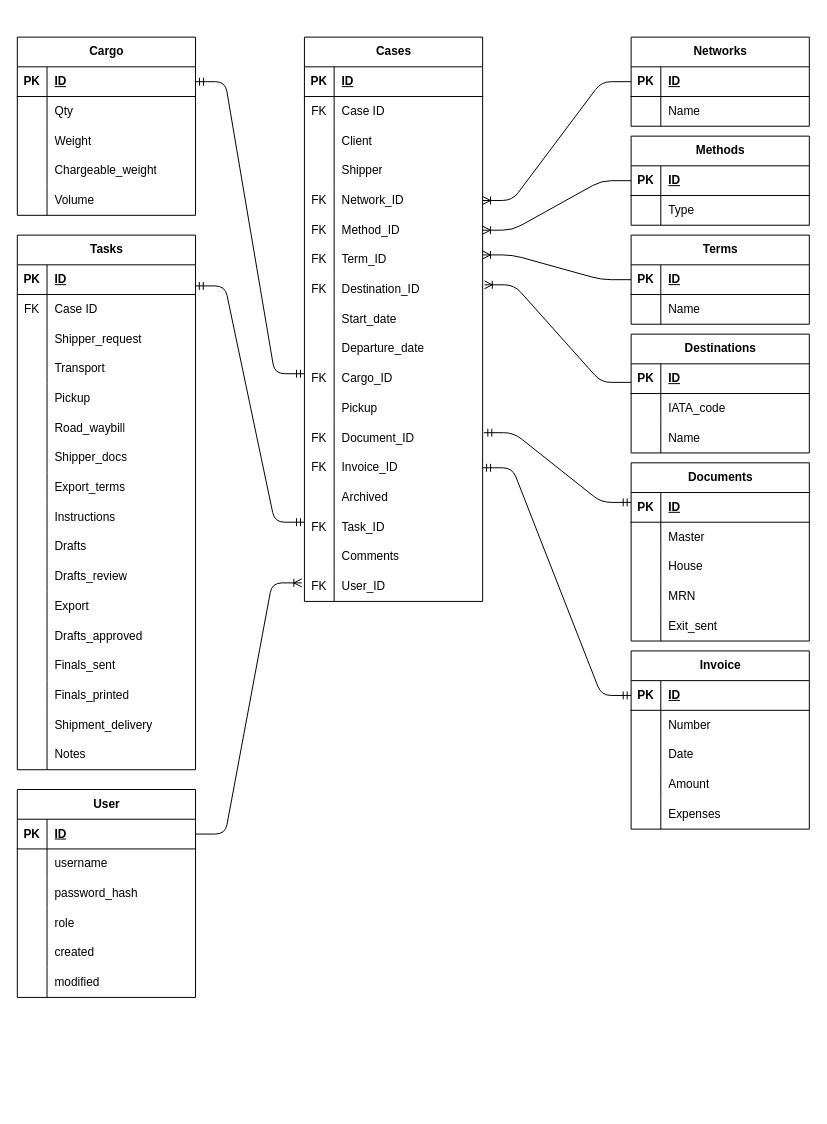
The draw.io diagram db_schema.drawio in bdoobd/casemgr, before the edit. Source tidied: cells renumbered, new cells numbered last; positions are measured from the earlier drawing's top-left corner, leaving out a move shared by most shapes. Both pictures are drawn from the tidied source at 99%, with x=0, y=0 at pixel (17, 37).
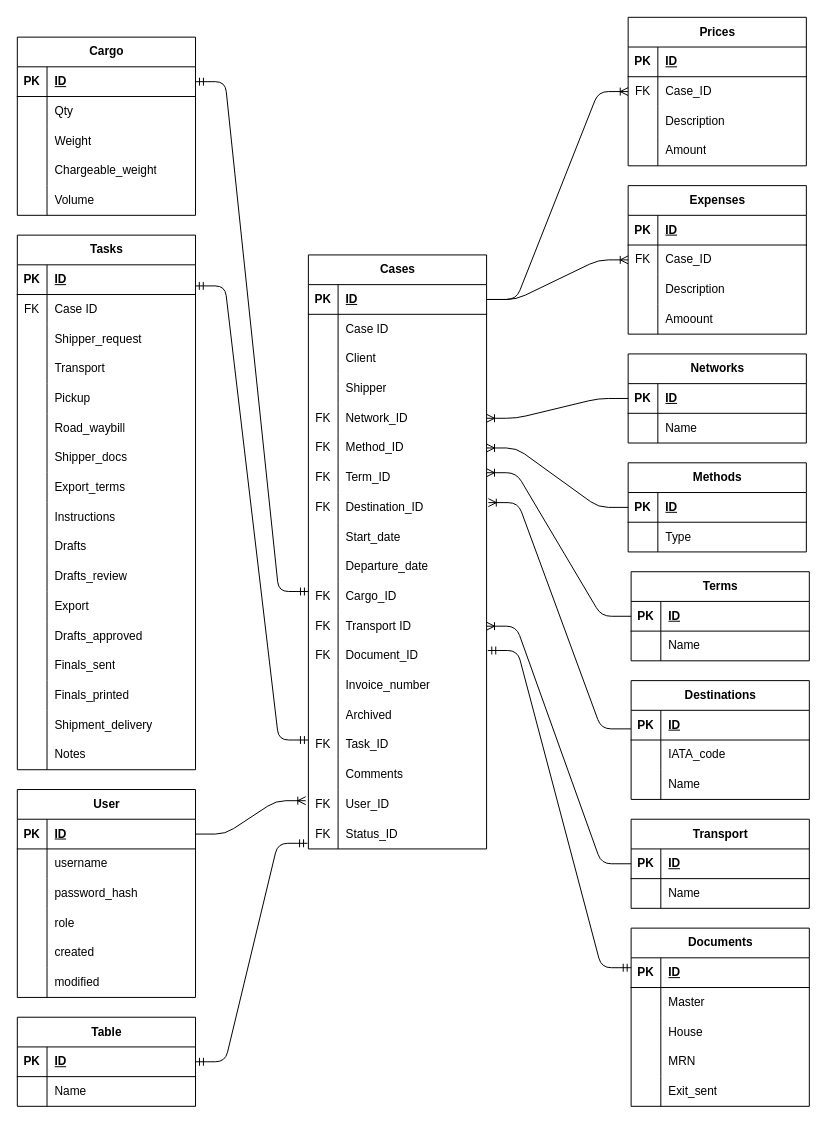
After the change.

Commit message (it also covers changes not shown here):
NEW: Case and User models

The change refers to these unchanged cells:
```xml
<mxCell id="3" style="shape=tableRow;horizontal=0;startSize=0;swimlaneHead=0;swimlaneBody=0;fillColor=none;points=[[0,0.5],[1,0.5]];portConstraint=eastwest;top=0;left=0;right=0;bottom=1;" parent="2" vertex="1">
  <mxGeometry y="30" width="180" height="30" as="geometry" />
</mxCell>
<mxCell id="6" style="shape=tableRow;horizontal=0;startSize=0;swimlaneHead=0;swimlaneBody=0;fillColor=none;top=0;left=0;right=0;bottom=0;" parent="2" vertex="1">
  <mxGeometry y="60" width="180" height="30" as="geometry" />
</mxCell>
<mxCell id="36" style="shape=tableRow;horizontal=0;startSize=0;swimlaneHead=0;swimlaneBody=0;fillColor=none;points=[[0,0.5],[1,0.5]];portConstraint=eastwest;top=0;left=0;right=0;bottom=0;" parent="2" vertex="1">
  <mxGeometry y="360" width="180" height="30" as="geometry" />
</mxCell>
<mxCell id="42" style="shape=tableRow;horizontal=0;startSize=0;swimlaneHead=0;swimlaneBody=0;fillColor=none;points=[[0,0.5],[1,0.5]];portConstraint=eastwest;top=0;left=0;right=0;bottom=0;" parent="2" vertex="1">
  <mxGeometry y="420" width="180" height="30" as="geometry" />
</mxCell>
<mxCell id="182" style="shape=tableRow;horizontal=0;startSize=0;swimlaneHead=0;swimlaneBody=0;fillColor=none;points=[[0,0.5],[1,0.5]];portConstraint=eastwest;top=0;left=0;right=0;bottom=1;" parent="181" vertex="1">
  <mxGeometry y="30" width="180" height="30" as="geometry" />
</mxCell>
<mxCell id="185" style="shape=tableRow;horizontal=0;startSize=0;swimlaneHead=0;swimlaneBody=0;fillColor=none;points=[[0,0.5],[1,0.5]];portConstraint=eastwest;top=0;left=0;right=0;bottom=0;" parent="181" vertex="1">
  <mxGeometry y="60" width="180" height="30" as="geometry" />
</mxCell>
<mxCell id="188" style="shape=tableRow;horizontal=0;startSize=0;swimlaneHead=0;swimlaneBody=0;fillColor=none;top=0;left=0;right=0;bottom=0;" parent="181" vertex="1">
  <mxGeometry y="90" width="180" height="30" as="geometry" />
</mxCell>
<mxCell id="191" style="shape=tableRow;horizontal=0;startSize=0;swimlaneHead=0;swimlaneBody=0;fillColor=none;top=0;left=0;right=0;bottom=0;" parent="181" vertex="1">
  <mxGeometry y="120" width="180" height="30" as="geometry" />
</mxCell>
```

Change to the diagram source:
```diff
@@
     <mxCell id="2" value="Cases" style="shape=table;startSize=30;childLayout=tableLayout;rowLines=0;fontStyle=1;align=center;html=1;" parent="1" vertex="1">
-      <mxGeometry x="290" width="180" height="570" as="geometry" />
+      <mxGeometry x="294" y="220" width="180" height="600" as="geometry" />
     </mxCell>
@@
-    <mxCell id="7" value="FK" style="shape=partialRectangle;fillColor=none;top=0;left=0;bottom=0;right=0;overflow=hidden;whiteSpace=wrap;html=1;" parent="6" vertex="1">
+    <mxCell id="7" style="shape=partialRectangle;fillColor=none;top=0;left=0;bottom=0;right=0;overflow=hidden;whiteSpace=wrap;html=1;" parent="6" vertex="1">
       <mxGeometry width="30" height="30" as="geometry" />
     </mxCell>
@@
-    <mxCell id="37" style="shape=partialRectangle;fillColor=none;top=0;left=0;bottom=0;right=0;overflow=hidden;whiteSpace=wrap;html=1;" parent="36" vertex="1">
+    <mxCell id="37" value="FK" style="shape=partialRectangle;fillColor=none;top=0;left=0;bottom=0;right=0;overflow=hidden;whiteSpace=wrap;html=1;" parent="36" vertex="1">
       <mxGeometry width="30" height="30" as="geometry" />
     </mxCell>
-    <mxCell id="38" value="Pickup" style="shape=partialRectangle;fillColor=none;top=0;left=0;bottom=0;right=0;align=left;spacingLeft=6;overflow=hidden;whiteSpace=wrap;html=1;" parent="36" vertex="1">
+    <mxCell id="38" value="Transport ID" style="shape=partialRectangle;fillColor=none;top=0;left=0;bottom=0;right=0;align=left;spacingLeft=6;overflow=hidden;whiteSpace=wrap;html=1;" parent="36" vertex="1">
       <mxGeometry x="30" width="150" height="30" as="geometry" />
     </mxCell>
@@
-    <mxCell id="43" value="FK" style="shape=partialRectangle;fillColor=none;top=0;left=0;bottom=0;right=0;overflow=hidden;whiteSpace=wrap;html=1;" parent="42" vertex="1">
+    <mxCell id="43" style="shape=partialRectangle;fillColor=none;top=0;left=0;bottom=0;right=0;overflow=hidden;whiteSpace=wrap;html=1;" parent="42" vertex="1">
       <mxGeometry width="30" height="30" as="geometry" />
     </mxCell>
-    <mxCell id="44" value="Invoice_ID" style="shape=partialRectangle;fillColor=none;top=0;left=0;bottom=0;right=0;align=left;spacingLeft=6;overflow=hidden;whiteSpace=wrap;html=1;" parent="42" vertex="1">
+    <mxCell id="44" value="Invoice_number" style="shape=partialRectangle;fillColor=none;top=0;left=0;bottom=0;right=0;align=left;spacingLeft=6;overflow=hidden;whiteSpace=wrap;html=1;" parent="42" vertex="1">
       <mxGeometry x="30" width="150" height="30" as="geometry" />
     </mxCell>
@@
+    <mxCell id="216" style="shape=tableRow;horizontal=0;startSize=0;swimlaneHead=0;swimlaneBody=0;fillColor=none;points=[[0,0.5],[1,0.5]];portConstraint=eastwest;top=0;left=0;right=0;bottom=0;" parent="2" vertex="1">
+      <mxGeometry y="570" width="180" height="30" as="geometry" />
+    </mxCell>
+    <mxCell id="217" value="FK" style="shape=partialRectangle;fillColor=none;top=0;left=0;bottom=0;right=0;overflow=hidden;whiteSpace=wrap;html=1;" parent="216" vertex="1">
+      <mxGeometry width="30" height="30" as="geometry" />
+    </mxCell>
+    <mxCell id="218" value="Status_ID" style="shape=partialRectangle;fillColor=none;top=0;left=0;bottom=0;right=0;align=left;spacingLeft=6;overflow=hidden;whiteSpace=wrap;html=1;" parent="216" vertex="1">
+      <mxGeometry x="30" width="150" height="30" as="geometry" />
+    </mxCell>
@@
     <mxCell id="129" value="Networks" style="shape=table;startSize=30;childLayout=tableLayout;rowLines=0;fontStyle=1;align=center;html=1;" parent="1" vertex="1">
-      <mxGeometry x="620" width="180" height="90" as="geometry" />
+      <mxGeometry x="617" y="320" width="180" height="90" as="geometry" />
     </mxCell>
@@
     <mxCell id="137" value="Methods" style="shape=table;startSize=30;childLayout=tableLayout;rowLines=0;fontStyle=1;align=center;html=1;" parent="1" vertex="1">
-      <mxGeometry x="620" y="100" width="180" height="90" as="geometry" />
+      <mxGeometry x="617" y="430" width="180" height="90" as="geometry" />
     </mxCell>
@@
     <mxCell id="145" value="Terms" style="shape=table;startSize=30;childLayout=tableLayout;rowLines=0;fontStyle=1;align=center;html=1;" parent="1" vertex="1">
-      <mxGeometry x="620" y="200" width="180" height="90" as="geometry" />
+      <mxGeometry x="620" y="540" width="180" height="90" as="geometry" />
     </mxCell>
@@
     <mxCell id="153" value="Destinations" style="shape=table;startSize=30;childLayout=tableLayout;rowLines=0;fontStyle=1;align=center;html=1;" parent="1" vertex="1">
-      <mxGeometry x="620" y="300" width="180" height="120" as="geometry" />
+      <mxGeometry x="620" y="650" width="180" height="120" as="geometry" />
     </mxCell>
@@
     <mxCell id="164" value="Documents" style="shape=table;startSize=30;childLayout=tableLayout;rowLines=0;fontStyle=1;align=center;html=1;" parent="1" vertex="1">
-      <mxGeometry x="620" y="430" width="180" height="180" as="geometry" />
+      <mxGeometry x="620" y="900" width="180" height="180" as="geometry" />
     </mxCell>
@@
-    <mxCell id="181" value="Invoice" style="shape=table;startSize=30;childLayout=tableLayout;rowLines=0;fontStyle=1;align=center;html=1;" parent="1" vertex="1">
-      <mxGeometry x="620" y="620" width="180" height="180" as="geometry" />
+    <mxCell id="181" value="Expenses" style="shape=table;startSize=30;childLayout=tableLayout;rowLines=0;fontStyle=1;align=center;html=1;" parent="1" vertex="1">
+      <mxGeometry x="617" y="150" width="180" height="150" as="geometry" />
     </mxCell>
@@
-    <mxCell id="186" style="shape=partialRectangle;fillColor=none;top=0;left=0;bottom=0;right=0;overflow=hidden;whiteSpace=wrap;html=1;" parent="185" vertex="1">
+    <mxCell id="186" value="FK" style="shape=partialRectangle;fillColor=none;top=0;left=0;bottom=0;right=0;overflow=hidden;whiteSpace=wrap;html=1;" parent="185" vertex="1">
       <mxGeometry width="30" height="30" as="geometry" />
     </mxCell>
-    <mxCell id="187" value="Number" style="shape=partialRectangle;fillColor=none;top=0;left=0;bottom=0;right=0;align=left;spacingLeft=6;overflow=hidden;whiteSpace=wrap;html=1;" parent="185" vertex="1">
+    <mxCell id="187" value="Case_ID" style="shape=partialRectangle;fillColor=none;top=0;left=0;bottom=0;right=0;align=left;spacingLeft=6;overflow=hidden;whiteSpace=wrap;html=1;" parent="185" vertex="1">
       <mxGeometry x="30" width="150" height="30" as="geometry" />
     </mxCell>
@@
-    <mxCell id="190" value="Date" style="shape=partialRectangle;fillColor=none;top=0;left=0;bottom=0;right=0;align=left;spacingLeft=6;overflow=hidden;whiteSpace=wrap;html=1;" parent="188" vertex="1">
+    <mxCell id="190" value="Description" style="shape=partialRectangle;fillColor=none;top=0;left=0;bottom=0;right=0;align=left;spacingLeft=6;overflow=hidden;whiteSpace=wrap;html=1;" parent="188" vertex="1">
       <mxGeometry x="30" width="150" height="30" as="geometry" />
     </mxCell>
@@
-    <mxCell id="193" value="Amount" style="shape=partialRectangle;fillColor=none;top=0;left=0;bottom=0;right=0;align=left;spacingLeft=6;overflow=hidden;whiteSpace=wrap;html=1;" parent="191" vertex="1">
+    <mxCell id="193" value="Amoount" style="shape=partialRectangle;fillColor=none;top=0;left=0;bottom=0;right=0;align=left;spacingLeft=6;overflow=hidden;whiteSpace=wrap;html=1;" parent="191" vertex="1">
       <mxGeometry x="30" width="150" height="30" as="geometry" />
     </mxCell>
-    <mxCell id="194" style="shape=tableRow;horizontal=0;startSize=0;swimlaneHead=0;swimlaneBody=0;fillColor=none;top=0;left=0;right=0;bottom=0;" parent="181" vertex="1">
-      <mxGeometry y="150" width="180" height="30" as="geometry" />
-    </mxCell>
-    <mxCell id="195" style="shape=partialRectangle;fillColor=none;top=0;left=0;bottom=0;right=0;overflow=hidden;whiteSpace=wrap;html=1;" parent="194" vertex="1">
-      <mxGeometry width="30" height="30" as="geometry" />
-    </mxCell>
-    <mxCell id="196" value="Expenses" style="shape=partialRectangle;fillColor=none;top=0;left=0;bottom=0;right=0;align=left;spacingLeft=6;overflow=hidden;whiteSpace=wrap;html=1;" parent="194" vertex="1">
-      <mxGeometry x="30" width="150" height="30" as="geometry" />
-    </mxCell>
-    <mxCell id="197" style="edgeStyle=entityRelationEdgeStyle;fontSize=12;html=1;endArrow=ERmandOne;startArrow=ERmandOne;entryX=0;entryY=0.5;entryDx=0;entryDy=0;" parent="1" edge="1" source="42" target="182">
-      <mxGeometry relative="1" as="geometry" />
-    </mxCell>
@@
+    <mxCell id="219" value="Table" style="shape=table;startSize=30;childLayout=tableLayout;rowLines=0;fontStyle=1;align=center;html=1;" parent="1" vertex="1">
+      <mxGeometry y="990" width="180" height="90" as="geometry" />
+    </mxCell>
+    <mxCell id="220" style="shape=tableRow;horizontal=0;startSize=0;swimlaneHead=0;swimlaneBody=0;fillColor=none;points=[[0,0.5],[1,0.5]];portConstraint=eastwest;top=0;left=0;right=0;bottom=1;" parent="219" vertex="1">
+      <mxGeometry y="30" width="180" height="30" as="geometry" />
+    </mxCell>
+    <mxCell id="221" value="PK" style="shape=partialRectangle;fillColor=none;top=0;left=0;bottom=0;right=0;fontStyle=1;overflow=hidden;whiteSpace=wrap;html=1;" parent="220" vertex="1">
+      <mxGeometry width="30" height="30" as="geometry" />
+    </mxCell>
+    <mxCell id="222" value="ID" style="shape=partialRectangle;fillColor=none;top=0;left=0;bottom=0;right=0;align=left;spacingLeft=6;fontStyle=5;overflow=hidden;whiteSpace=wrap;html=1;" parent="220" vertex="1">
+      <mxGeometry x="30" width="150" height="30" as="geometry" />
+    </mxCell>
+    <mxCell id="223" style="shape=tableRow;horizontal=0;startSize=0;swimlaneHead=0;swimlaneBody=0;fillColor=none;top=0;left=0;right=0;bottom=0;" parent="219" vertex="1">
+      <mxGeometry y="60" width="180" height="30" as="geometry" />
+    </mxCell>
+    <mxCell id="224" style="shape=partialRectangle;fillColor=none;top=0;left=0;bottom=0;right=0;overflow=hidden;whiteSpace=wrap;html=1;" parent="223" vertex="1">
+      <mxGeometry width="30" height="30" as="geometry" />
+    </mxCell>
+    <mxCell id="225" value="Name" style="shape=partialRectangle;fillColor=none;top=0;left=0;bottom=0;right=0;align=left;spacingLeft=6;overflow=hidden;whiteSpace=wrap;html=1;" parent="223" vertex="1">
+      <mxGeometry x="30" width="150" height="30" as="geometry" />
+    </mxCell>
+    <mxCell id="226" style="edgeStyle=entityRelationEdgeStyle;fontSize=12;html=1;endArrow=ERmandOne;startArrow=ERmandOne;entryX=-0.005;entryY=0.811;entryDx=0;entryDy=0;entryPerimeter=0;exitX=1;exitY=0.5;exitDx=0;exitDy=0;" parent="1" edge="1" source="220" target="216">
+      <mxGeometry relative="1" as="geometry" />
+    </mxCell>
+    <mxCell id="227" value="Transport" style="shape=table;startSize=30;childLayout=tableLayout;rowLines=0;fontStyle=1;align=center;html=1;" parent="1" vertex="1">
+      <mxGeometry x="620" y="790" width="180" height="90" as="geometry" />
+    </mxCell>
+    <mxCell id="228" style="shape=tableRow;horizontal=0;startSize=0;swimlaneHead=0;swimlaneBody=0;fillColor=none;points=[[0,0.5],[1,0.5]];portConstraint=eastwest;top=0;left=0;right=0;bottom=1;" parent="227" vertex="1">
+      <mxGeometry y="30" width="180" height="30" as="geometry" />
+    </mxCell>
+    <mxCell id="229" value="PK" style="shape=partialRectangle;fillColor=none;top=0;left=0;bottom=0;right=0;fontStyle=1;overflow=hidden;whiteSpace=wrap;html=1;" parent="228" vertex="1">
+      <mxGeometry width="30" height="30" as="geometry" />
+    </mxCell>
+    <mxCell id="230" value="ID" style="shape=partialRectangle;fillColor=none;top=0;left=0;bottom=0;right=0;align=left;spacingLeft=6;fontStyle=5;overflow=hidden;whiteSpace=wrap;html=1;" parent="228" vertex="1">
+      <mxGeometry x="30" width="150" height="30" as="geometry" />
+    </mxCell>
+    <mxCell id="231" style="shape=tableRow;horizontal=0;startSize=0;swimlaneHead=0;swimlaneBody=0;fillColor=none;top=0;left=0;right=0;bottom=0;" parent="227" vertex="1">
+      <mxGeometry y="60" width="180" height="30" as="geometry" />
+    </mxCell>
+    <mxCell id="232" style="shape=partialRectangle;fillColor=none;top=0;left=0;bottom=0;right=0;overflow=hidden;whiteSpace=wrap;html=1;" parent="231" vertex="1">
+      <mxGeometry width="30" height="30" as="geometry" />
+    </mxCell>
+    <mxCell id="233" value="Name" style="shape=partialRectangle;fillColor=none;top=0;left=0;bottom=0;right=0;align=left;spacingLeft=6;overflow=hidden;whiteSpace=wrap;html=1;" parent="231" vertex="1">
+      <mxGeometry x="30" width="150" height="30" as="geometry" />
+    </mxCell>
+    <mxCell id="234" style="edgeStyle=entityRelationEdgeStyle;fontSize=12;html=1;endArrow=ERoneToMany;exitX=0;exitY=0.5;exitDx=0;exitDy=0;entryX=1;entryY=0.5;entryDx=0;entryDy=0;" parent="1" edge="1" source="228" target="36">
+      <mxGeometry relative="1" as="geometry" />
+    </mxCell>
+    <mxCell id="235" style="edgeStyle=entityRelationEdgeStyle;fontSize=12;html=1;endArrow=ERoneToMany;exitX=1;exitY=0.5;exitDx=0;exitDy=0;entryX=0;entryY=0.5;entryDx=0;entryDy=0;" parent="1" edge="1" source="3" target="185">
+      <mxGeometry relative="1" as="geometry" />
+    </mxCell>
+    <mxCell id="236" value="Prices" style="shape=table;startSize=30;childLayout=tableLayout;rowLines=0;fontStyle=1;align=center;html=1;" parent="1" vertex="1">
+      <mxGeometry x="617" y="-20" width="180" height="150" as="geometry" />
+    </mxCell>
+    <mxCell id="237" style="shape=tableRow;horizontal=0;startSize=0;swimlaneHead=0;swimlaneBody=0;fillColor=none;top=0;left=0;right=0;bottom=1;" parent="236" vertex="1">
+      <mxGeometry y="30" width="180" height="30" as="geometry" />
+    </mxCell>
+    <mxCell id="238" value="PK" style="shape=partialRectangle;fillColor=none;top=0;left=0;bottom=0;right=0;fontStyle=1;overflow=hidden;whiteSpace=wrap;html=1;" parent="237" vertex="1">
+      <mxGeometry width="30" height="30" as="geometry" />
+    </mxCell>
+    <mxCell id="239" value="ID" style="shape=partialRectangle;fillColor=none;top=0;left=0;bottom=0;right=0;align=left;spacingLeft=6;fontStyle=5;overflow=hidden;whiteSpace=wrap;html=1;" parent="237" vertex="1">
+      <mxGeometry x="30" width="150" height="30" as="geometry" />
+    </mxCell>
+    <mxCell id="240" style="shape=tableRow;horizontal=0;startSize=0;swimlaneHead=0;swimlaneBody=0;fillColor=none;points=[[0,0.5],[1,0.5]];portConstraint=eastwest;top=0;left=0;right=0;bottom=0;" parent="236" vertex="1">
+      <mxGeometry y="60" width="180" height="30" as="geometry" />
+    </mxCell>
+    <mxCell id="241" value="FK" style="shape=partialRectangle;fillColor=none;top=0;left=0;bottom=0;right=0;overflow=hidden;whiteSpace=wrap;html=1;" parent="240" vertex="1">
+      <mxGeometry width="30" height="30" as="geometry" />
+    </mxCell>
+    <mxCell id="242" value="Case_ID" style="shape=partialRectangle;fillColor=none;top=0;left=0;bottom=0;right=0;align=left;spacingLeft=6;overflow=hidden;whiteSpace=wrap;html=1;" parent="240" vertex="1">
+      <mxGeometry x="30" width="150" height="30" as="geometry" />
+    </mxCell>
+    <mxCell id="243" style="shape=tableRow;horizontal=0;startSize=0;swimlaneHead=0;swimlaneBody=0;fillColor=none;top=0;left=0;right=0;bottom=0;" parent="236" vertex="1">
+      <mxGeometry y="90" width="180" height="30" as="geometry" />
+    </mxCell>
+    <mxCell id="244" style="shape=partialRectangle;fillColor=none;top=0;left=0;bottom=0;right=0;overflow=hidden;whiteSpace=wrap;html=1;" parent="243" vertex="1">
+      <mxGeometry width="30" height="30" as="geometry" />
+    </mxCell>
+    <mxCell id="245" value="Description" style="shape=partialRectangle;fillColor=none;top=0;left=0;bottom=0;right=0;align=left;spacingLeft=6;overflow=hidden;whiteSpace=wrap;html=1;" parent="243" vertex="1">
+      <mxGeometry x="30" width="150" height="30" as="geometry" />
+    </mxCell>
+    <mxCell id="246" style="shape=tableRow;horizontal=0;startSize=0;swimlaneHead=0;swimlaneBody=0;fillColor=none;top=0;left=0;right=0;bottom=0;" parent="236" vertex="1">
+      <mxGeometry y="120" width="180" height="30" as="geometry" />
+    </mxCell>
+    <mxCell id="247" style="shape=partialRectangle;fillColor=none;top=0;left=0;bottom=0;right=0;overflow=hidden;whiteSpace=wrap;html=1;" parent="246" vertex="1">
+      <mxGeometry width="30" height="30" as="geometry" />
+    </mxCell>
+    <mxCell id="248" value="Amount" style="shape=partialRectangle;fillColor=none;top=0;left=0;bottom=0;right=0;align=left;spacingLeft=6;overflow=hidden;whiteSpace=wrap;html=1;" parent="246" vertex="1">
+      <mxGeometry x="30" width="150" height="30" as="geometry" />
+    </mxCell>
+    <mxCell id="249" style="edgeStyle=entityRelationEdgeStyle;fontSize=12;html=1;endArrow=ERoneToMany;exitX=1;exitY=0.5;exitDx=0;exitDy=0;" parent="1" edge="1" source="3" target="240">
+      <mxGeometry relative="1" as="geometry" />
+    </mxCell>
```
